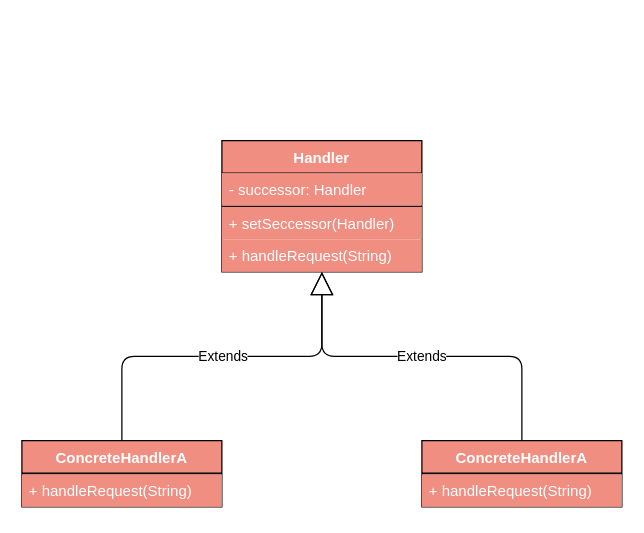
The draw.io diagram docs/drawio/ChainOfResponsibility.drawio in CodePoem/VDesignPatterns, before the edit. Source tidied: cells renumbered, new cells numbered last; positions are measured from the earlier drawing's top-left corner, leaving out a move shared by most shapes. Both pictures are drawn from the tidied source at 125%, with x=0, y=0 at pixel (21, 140).
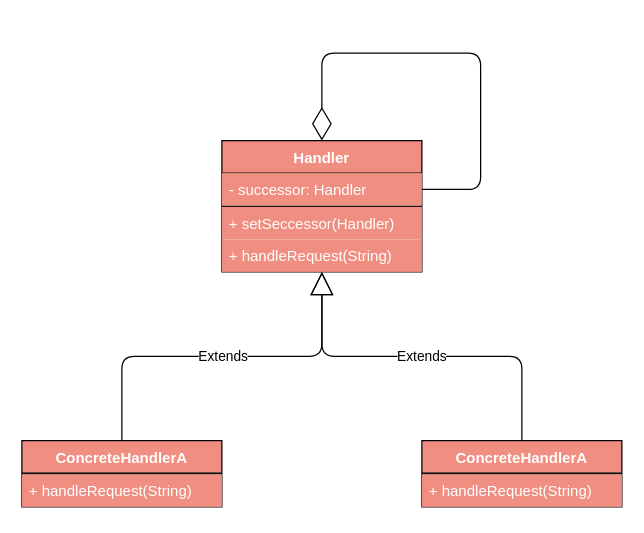
The same page after the edit.

Diff of the diagram source:
```diff
@@
 <mxGraphModel>
   <root>
     <mxCell id="0" />
     <mxCell id="1" parent="0" />
     <mxCell id="2" value="Handler" style="swimlane;fontStyle=1;align=center;verticalAlign=top;horizontal=1;startSize=26;fillColor=#F08E81;fontColor=#FFFFFF;" parent="1" vertex="1">
       <mxGeometry x="160" width="160" height="105" as="geometry" />
     </mxCell>
     <mxCell id="3" value="- successor: Handler" style="text;strokeColor=none;fillColor=#F08E81;align=left;verticalAlign=top;spacingLeft=4;spacingRight=4;overflow=hidden;points=[[0,0.5],[1,0.5]];portConstraint=eastwest;fontColor=#FFFFFF;" parent="2" vertex="1">
       <mxGeometry y="26" width="160" height="26" as="geometry" />
     </mxCell>
     <mxCell id="4" style="line;strokeWidth=1;fillColor=#F08E81;align=left;verticalAlign=middle;spacingTop=-1;spacingLeft=3;spacingRight=3;labelPosition=right;fontColor=#FFFFFF;" parent="2" vertex="1">
       <mxGeometry y="52" width="160" height="1" as="geometry" />
     </mxCell>
     <mxCell id="5" value="+ setSeccessor(Handler)" style="text;strokeColor=none;fillColor=#F08E81;align=left;verticalAlign=top;spacingLeft=4;spacingRight=4;overflow=hidden;fontColor=#FFFFFF;" parent="2" vertex="1">
       <mxGeometry y="53" width="160" height="26" as="geometry" />
     </mxCell>
     <mxCell id="6" value="+ handleRequest(String)" style="text;strokeColor=none;fillColor=#F08E81;align=left;verticalAlign=top;spacingLeft=4;spacingRight=4;overflow=hidden;fontColor=#FFFFFF;" parent="2" vertex="1">
       <mxGeometry y="79" width="160" height="26" as="geometry" />
     </mxCell>
+    <mxCell id="15" style="endArrow=diamondThin;endFill=0;endSize=24;html=1;fontColor=#000000;entryX=0.5;entryY=0;entryDx=0;entryDy=0;exitX=1;exitY=0.5;exitDx=0;exitDy=0;edgeStyle=orthogonalEdgeStyle;" parent="2" edge="1" source="3" target="2">
+      <mxGeometry relative="1" as="geometry">
+        <Array as="points">
+          <mxPoint x="207" y="39" />
+          <mxPoint x="207" y="-70" />
+          <mxPoint x="80" y="-70" />
+        </Array>
+      </mxGeometry>
+    </mxCell>
     <mxCell id="7" value="ConcreteHandlerA" style="swimlane;fontStyle=1;align=center;verticalAlign=top;horizontal=1;startSize=26;fillColor=#F08E81;fontColor=#FFFFFF;" parent="1" vertex="1">
       <mxGeometry y="240" width="160" height="53" as="geometry" />
     </mxCell>
     <mxCell id="8" style="line;strokeWidth=1;fillColor=#F08E81;align=left;verticalAlign=middle;spacingTop=-1;spacingLeft=3;spacingRight=3;labelPosition=right;fontColor=#FFFFFF;" parent="7" vertex="1">
       <mxGeometry y="26" width="160" height="1" as="geometry" />
     </mxCell>
     <mxCell id="9" value="+ handleRequest(String)" style="text;strokeColor=none;fillColor=#F08E81;align=left;verticalAlign=top;spacingLeft=4;spacingRight=4;overflow=hidden;fontColor=#FFFFFF;" parent="7" vertex="1">
       <mxGeometry y="27" width="160" height="26" as="geometry" />
     </mxCell>
     <mxCell id="10" value="ConcreteHandlerA" style="swimlane;fontStyle=1;align=center;verticalAlign=top;horizontal=1;startSize=26;fillColor=#F08E81;fontColor=#FFFFFF;" parent="1" vertex="1">
       <mxGeometry x="320" y="240" width="160" height="53" as="geometry" />
     </mxCell>
     <mxCell id="11" style="line;strokeWidth=1;fillColor=#F08E81;align=left;verticalAlign=middle;spacingTop=-1;spacingLeft=3;spacingRight=3;labelPosition=right;fontColor=#FFFFFF;" parent="10" vertex="1">
       <mxGeometry y="26" width="160" height="1" as="geometry" />
     </mxCell>
     <mxCell id="12" value="+ handleRequest(String)" style="text;strokeColor=none;fillColor=#F08E81;align=left;verticalAlign=top;spacingLeft=4;spacingRight=4;overflow=hidden;fontColor=#FFFFFF;" parent="10" vertex="1">
       <mxGeometry y="27" width="160" height="26" as="geometry" />
     </mxCell>
     <mxCell id="13" value="Extends" style="endArrow=block;endSize=16;endFill=0;html=1;fontColor=#000000;entryX=0.5;entryY=1;entryDx=0;entryDy=0;exitX=0.5;exitY=0;exitDx=0;exitDy=0;edgeStyle=orthogonalEdgeStyle;" parent="1" edge="1" source="7" target="2">
       <mxGeometry relative="1" as="geometry" />
     </mxCell>
     <mxCell id="14" value="Extends" style="endArrow=block;endSize=16;endFill=0;html=1;fontColor=#000000;entryX=0.5;entryY=1;entryDx=0;entryDy=0;exitX=0.5;exitY=0;exitDx=0;exitDy=0;edgeStyle=orthogonalEdgeStyle;" parent="1" edge="1" source="10" target="2">
       <mxGeometry relative="1" as="geometry" />
     </mxCell>
   </root>
 </mxGraphModel>
```
